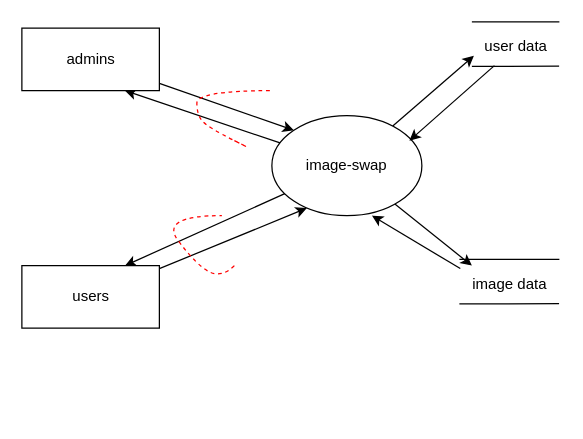
This is page "system boundaries" (5 of 9) of docs/uml.drawio from jazzysnake/image-swap, a draw.io file, before an edit. Source tidied: cells renumbered, new cells numbered last; positions are measured from the earlier drawing's top-left corner, leaving out a move shared by most shapes. Both pictures are drawn from the tidied source at 125%, with x=0, y=0 at pixel (21, 28).
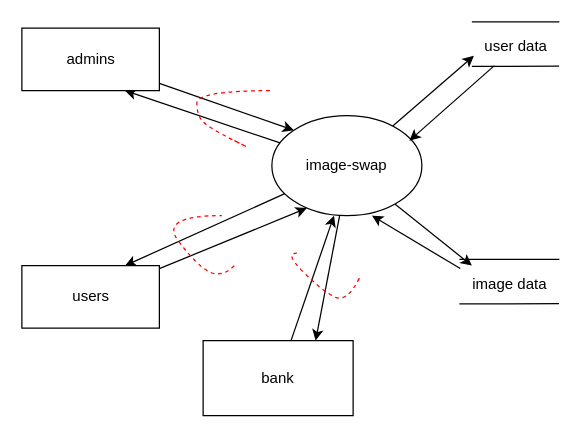
After the change.

The edit, as a diff of the source:
```diff
@@
+    <mxCell id="23" style="edgeStyle=none;rounded=0;jettySize=auto;html=1;entryX=0.75;entryY=0;entryDx=0;entryDy=0;" parent="1" edge="1" target="25">
+      <mxGeometry relative="1" as="geometry">
+        <mxPoint x="254.2" y="150" as="sourcePoint" />
+      </mxGeometry>
+    </mxCell>
+    <mxCell id="24" style="rounded=0;jettySize=auto;html=1;" parent="1" edge="1" source="25">
+      <mxGeometry relative="1" as="geometry">
+        <mxPoint x="249.7" y="150" as="targetPoint" />
+      </mxGeometry>
+    </mxCell>
+    <mxCell id="25" value="bank" style="rounded=0;whiteSpace=wrap;html=1;" parent="1" vertex="1">
+      <mxGeometry x="145" y="250" width="120" height="60" as="geometry" />
+    </mxCell>
+    <mxCell id="26" style="curved=1;endArrow=none;html=1;rounded=0;endFill=0;fillColor=#f8cecc;strokeColor=#FF0000;dashed=1;" parent="1" edge="1">
+      <mxGeometry x="-1" y="-41" relative="1" as="geometry">
+        <mxPoint x="270" y="200" as="sourcePoint" />
+        <mxPoint x="220" y="180" as="targetPoint" />
+        <Array as="points">
+          <mxPoint x="260" y="220" />
+          <mxPoint x="240" y="210" />
+          <mxPoint x="210" y="180" />
+        </Array>
+        <mxPoint x="-40" y="-31" as="offset" />
+      </mxGeometry>
+    </mxCell>
```
